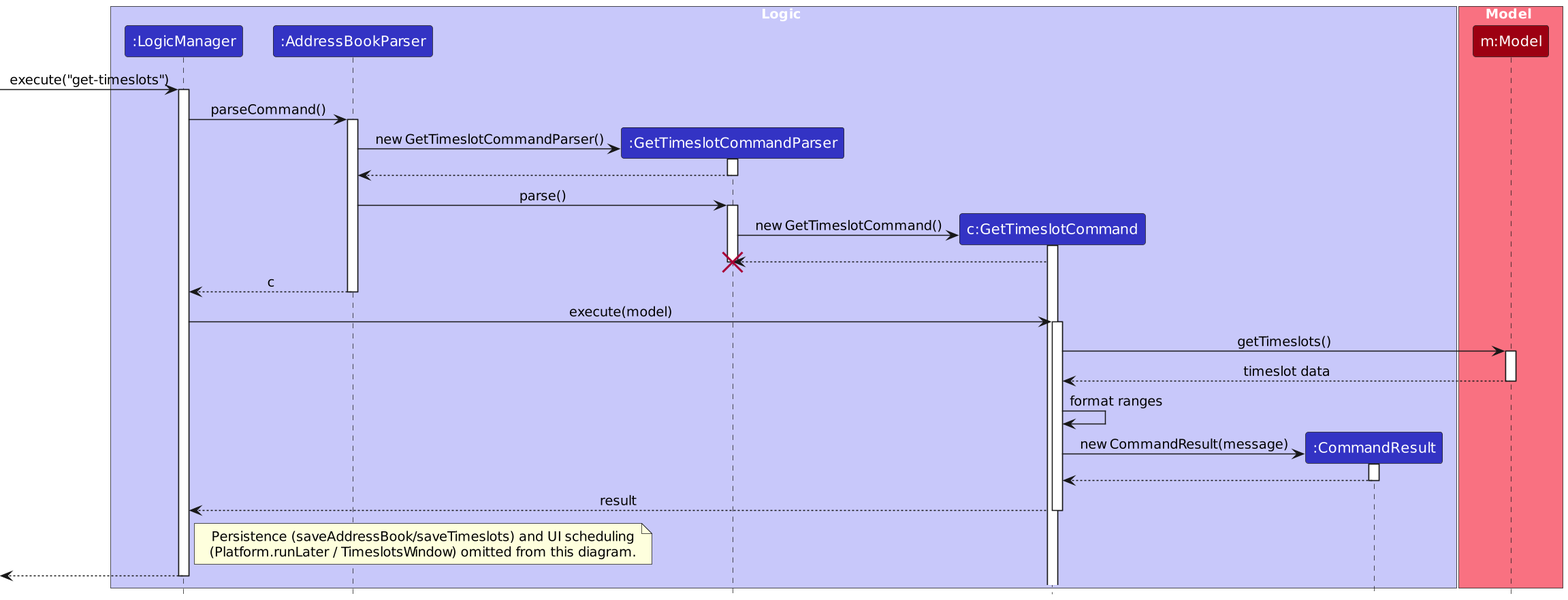
AY2526S1-CS2103T-T09-3/tp keeps this PlantUML diagram as diagrams/Timeslots/GetTimeslotsSequenceDiagram.png. Above is the earlier version. Its source is kept beside it as diagrams/Timeslots/GetTimeslotsSequenceDiagram.puml.
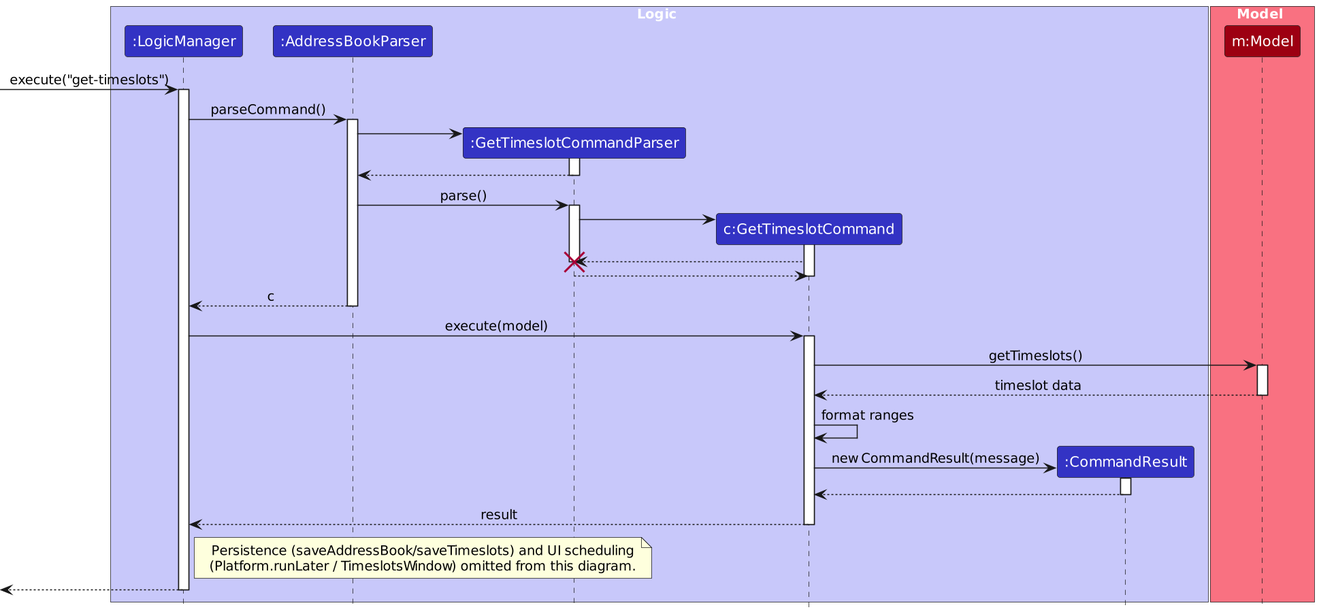
After the commit.

The edit, as a diff of the source:
```diff
@@ -22,7 +22,7 @@
 activate AddressBookParser
 
 create GetTimeslotCommandParser
-AddressBookParser -> GetTimeslotCommandParser : new GetTimeslotCommandParser()
+AddressBookParser -> GetTimeslotCommandParser
 activate GetTimeslotCommandParser
 AddressBookParser <-- GetTimeslotCommandParser
 deactivate GetTimeslotCommandParser
@@ -31,12 +31,15 @@
 activate GetTimeslotCommandParser
 
 create GetTimeslotCommand
-GetTimeslotCommandParser -> GetTimeslotCommand : new GetTimeslotCommand()
+GetTimeslotCommandParser -> GetTimeslotCommand
 activate GetTimeslotCommand
 
 GetTimeslotCommand --> GetTimeslotCommandParser
 deactivate GetTimeslotCommandParser
 destroy GetTimeslotCommandParser
+
+GetTimeslotCommand <-- GetTimeslotCommandParser
+deactivate GetTimeslotCommand
 
 AddressBookParser --> LogicManager : c
 deactivate AddressBookParser
```
